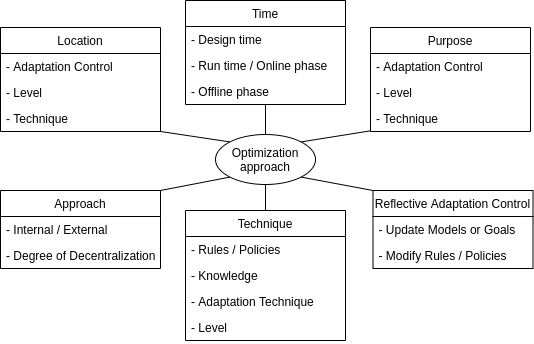
Above: images/ClassificationProposal-WithDimensions.png in timEngbrocks/OptimizationApproachesForSelfAdaptiveSystems (draw.io), before the change. Source tidied: cells renumbered, new cells last; positions are measured from the earlier drawing's top-left corner, leaving out a move shared by most shapes.
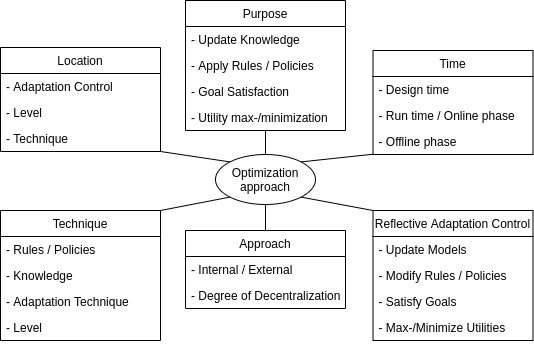
The same diagram one commit later.

The edit, as a diff of the source:
```diff
@@ -2,6 +2,9 @@
   <root>
     <mxCell id="0" />
     <mxCell id="1" parent="0" />
+    <mxCell id="26" style="edgeStyle=none;rounded=0;jettySize=auto;html=1;entryX=0.5;entryY=0;entryDx=0;entryDy=0;endArrow=none;endFill=0;" parent="1" edge="1" source="30" target="31">
+      <mxGeometry relative="1" as="geometry" />
+    </mxCell>
     <mxCell id="2" style="rounded=0;jettySize=auto;html=1;exitX=1;exitY=1;exitDx=0;exitDy=0;entryX=0;entryY=0;entryDx=0;entryDy=0;endArrow=none;endFill=0;" parent="1" edge="1" source="3" target="31">
       <mxGeometry relative="1" as="geometry" />
     </mxCell>
@@ -17,11 +20,11 @@
     <mxCell id="6" value="- Technique" style="text;strokeColor=none;fillColor=none;align=left;verticalAlign=top;spacingLeft=4;spacingRight=4;overflow=hidden;" parent="3" vertex="1">
       <mxGeometry y="78" width="160" height="26" as="geometry" />
     </mxCell>
-    <mxCell id="7" style="edgeStyle=none;rounded=0;jettySize=auto;html=1;exitX=0.5;exitY=1;exitDx=0;exitDy=0;entryX=0.5;entryY=0;entryDx=0;entryDy=0;endArrow=none;endFill=0;" parent="1" edge="1" source="8" target="31">
+    <mxCell id="7" style="edgeStyle=none;rounded=0;jettySize=auto;html=1;exitX=0.002;exitY=0.988;exitDx=0;exitDy=0;entryX=1;entryY=0;entryDx=0;entryDy=0;endArrow=none;endFill=0;exitPerimeter=0;" parent="1" edge="1" source="11" target="31">
       <mxGeometry relative="1" as="geometry" />
     </mxCell>
     <mxCell id="8" value="Time" style="swimlane;fontStyle=0;horizontal=1;startSize=26;" parent="1" vertex="1">
-      <mxGeometry x="185" width="160" height="104" as="geometry" />
+      <mxGeometry x="372.5" y="30" width="160" height="104" as="geometry" />
     </mxCell>
     <mxCell id="9" value="- Design time" style="text;strokeColor=none;fillColor=none;align=left;verticalAlign=top;spacingLeft=4;spacingRight=4;overflow=hidden;" parent="8" vertex="1">
       <mxGeometry y="26" width="160" height="26" as="geometry" />
@@ -32,11 +35,11 @@
     <mxCell id="11" value="- Offline phase" style="text;strokeColor=none;fillColor=none;align=left;verticalAlign=top;spacingLeft=4;spacingRight=4;overflow=hidden;points=[[0,0.5],[1,0.5]];portConstraint=eastwest;" parent="8" vertex="1">
       <mxGeometry y="78" width="160" height="26" as="geometry" />
     </mxCell>
-    <mxCell id="12" style="edgeStyle=none;rounded=0;jettySize=auto;html=1;exitX=1;exitY=0;exitDx=0;exitDy=0;entryX=0;entryY=1;entryDx=0;entryDy=0;endArrow=none;endFill=0;" parent="1" edge="1" source="13" target="31">
+    <mxCell id="12" style="edgeStyle=none;rounded=0;jettySize=auto;html=1;exitX=0.5;exitY=0;exitDx=0;exitDy=0;entryX=0.5;entryY=1;entryDx=0;entryDy=0;endArrow=none;endFill=0;" parent="1" edge="1" source="13" target="31">
       <mxGeometry relative="1" as="geometry" />
     </mxCell>
     <mxCell id="13" value="Approach" style="swimlane;fontStyle=0;horizontal=1;startSize=26;" parent="1" vertex="1">
-      <mxGeometry y="190" width="160" height="78" as="geometry" />
+      <mxGeometry x="185" y="210" width="160" height="78" as="geometry" />
     </mxCell>
     <mxCell id="14" value="- Internal / External" style="text;strokeColor=none;fillColor=none;align=left;verticalAlign=top;spacingLeft=4;spacingRight=4;overflow=hidden;" parent="13" vertex="1">
       <mxGeometry y="26" width="160" height="26" as="geometry" />
@@ -48,19 +51,25 @@
       <mxGeometry relative="1" as="geometry" />
     </mxCell>
     <mxCell id="17" value="Reflective Adaptation Control" style="swimlane;fontStyle=0;horizontal=1;startSize=26;" parent="1" vertex="1">
-      <mxGeometry x="372.5" y="190" width="160" height="78" as="geometry" />
+      <mxGeometry x="372.5" y="190" width="160" height="130" as="geometry" />
     </mxCell>
-    <mxCell id="18" value="- Update Models or Goals" style="text;strokeColor=none;fillColor=none;align=left;verticalAlign=top;spacingLeft=4;spacingRight=4;overflow=hidden;" parent="17" vertex="1">
+    <mxCell id="18" value="- Update Models" style="text;strokeColor=none;fillColor=none;align=left;verticalAlign=top;spacingLeft=4;spacingRight=4;overflow=hidden;" parent="17" vertex="1">
       <mxGeometry y="26" width="160" height="26" as="geometry" />
     </mxCell>
     <mxCell id="19" value="- Modify Rules / Policies" style="text;strokeColor=none;fillColor=none;align=left;verticalAlign=top;spacingLeft=4;spacingRight=4;overflow=hidden;" parent="17" vertex="1">
       <mxGeometry y="52" width="160" height="26" as="geometry" />
     </mxCell>
+    <mxCell id="32" value="- Satisfy Goals" style="text;strokeColor=none;fillColor=none;align=left;verticalAlign=top;spacingLeft=4;spacingRight=4;overflow=hidden;" parent="17" vertex="1">
+      <mxGeometry y="78" width="160" height="26" as="geometry" />
+    </mxCell>
+    <mxCell id="33" value="- Max-/Minimize Utilities" style="text;strokeColor=none;fillColor=none;align=left;verticalAlign=top;spacingLeft=4;spacingRight=4;overflow=hidden;" parent="17" vertex="1">
+      <mxGeometry y="104" width="160" height="26" as="geometry" />
+    </mxCell>
-    <mxCell id="20" style="edgeStyle=none;rounded=0;jettySize=auto;html=1;exitX=0.5;exitY=0;exitDx=0;exitDy=0;entryX=0.5;entryY=1;entryDx=0;entryDy=0;endArrow=none;endFill=0;" parent="1" edge="1" source="21" target="31">
+    <mxCell id="20" style="edgeStyle=none;rounded=0;jettySize=auto;html=1;exitX=1;exitY=0;exitDx=0;exitDy=0;entryX=0;entryY=1;entryDx=0;entryDy=0;endArrow=none;endFill=0;" parent="1" edge="1" source="21" target="31">
       <mxGeometry relative="1" as="geometry" />
     </mxCell>
     <mxCell id="21" value="Technique" style="swimlane;fontStyle=0;horizontal=1;startSize=26;" parent="1" vertex="1">
-      <mxGeometry x="185" y="210" width="160" height="130" as="geometry" />
+      <mxGeometry y="190" width="160" height="130" as="geometry" />
     </mxCell>
     <mxCell id="22" value="- Rules / Policies" style="text;strokeColor=none;fillColor=none;align=left;verticalAlign=top;spacingLeft=4;spacingRight=4;overflow=hidden;" parent="21" vertex="1">
       <mxGeometry y="26" width="160" height="26" as="geometry" />
@@ -74,23 +83,23 @@
     <mxCell id="25" value="- Level" style="text;strokeColor=none;fillColor=none;align=left;verticalAlign=top;spacingLeft=4;spacingRight=4;overflow=hidden;" parent="21" vertex="1">
       <mxGeometry y="104" width="160" height="26" as="geometry" />
     </mxCell>
-    <mxCell id="26" style="edgeStyle=none;rounded=0;jettySize=auto;html=1;exitX=0.002;exitY=0.972;exitDx=0;exitDy=0;entryX=1;entryY=0;entryDx=0;entryDy=0;endArrow=none;endFill=0;exitPerimeter=0;" parent="1" edge="1" source="30" target="31">
-      <mxGeometry relative="1" as="geometry" />
-    </mxCell>
+    <mxCell id="31" value="Optimization approach" style="ellipse;whiteSpace=wrap;html=1;" parent="1" vertex="1">
+      <mxGeometry x="215" y="134" width="100" height="50" as="geometry" />
+    </mxCell>
     <mxCell id="27" value="Purpose" style="swimlane;fontStyle=0;horizontal=1;startSize=26;" parent="1" vertex="1">
-      <mxGeometry x="370" y="27" width="160" height="104" as="geometry" />
+      <mxGeometry x="185" y="-20" width="160" height="130" as="geometry" />
     </mxCell>
-    <mxCell id="28" value="- Adaptation Control" style="text;strokeColor=none;fillColor=none;align=left;verticalAlign=top;spacingLeft=4;spacingRight=4;overflow=hidden;" parent="27" vertex="1">
+    <mxCell id="28" value="- Update Knowledge" style="text;strokeColor=none;fillColor=none;align=left;verticalAlign=top;spacingLeft=4;spacingRight=4;overflow=hidden;" parent="27" vertex="1">
       <mxGeometry y="26" width="160" height="26" as="geometry" />
     </mxCell>
-    <mxCell id="29" value="- Level" style="text;strokeColor=none;fillColor=none;align=left;verticalAlign=top;spacingLeft=4;spacingRight=4;overflow=hidden;" parent="27" vertex="1">
+    <mxCell id="29" value="- Apply Rules / Policies" style="text;strokeColor=none;fillColor=none;align=left;verticalAlign=top;spacingLeft=4;spacingRight=4;overflow=hidden;" parent="27" vertex="1">
       <mxGeometry y="52" width="160" height="26" as="geometry" />
     </mxCell>
+    <mxCell id="34" value="- Goal Satisfaction" style="text;strokeColor=none;fillColor=none;align=left;verticalAlign=top;spacingLeft=4;spacingRight=4;overflow=hidden;" parent="27" vertex="1">
+      <mxGeometry y="78" width="160" height="26" as="geometry" />
+    </mxCell>
-    <mxCell id="30" value="- Technique" style="text;strokeColor=none;fillColor=none;align=left;verticalAlign=top;spacingLeft=4;spacingRight=4;overflow=hidden;points=[[0,0.5],[1,0.5]];portConstraint=eastwest;" parent="27" vertex="1">
-      <mxGeometry y="78" width="160" height="26" as="geometry" />
+    <mxCell id="30" value="- Utility max-/minimization" style="text;strokeColor=none;fillColor=none;align=left;verticalAlign=top;spacingLeft=4;spacingRight=4;overflow=hidden;points=[[0,0.5],[1,0.5]];portConstraint=eastwest;" parent="27" vertex="1">
+      <mxGeometry y="104" width="160" height="26" as="geometry" />
     </mxCell>
-    <mxCell id="31" value="Optimization approach" style="ellipse;whiteSpace=wrap;html=1;" parent="1" vertex="1">
-      <mxGeometry x="215" y="134" width="100" height="50" as="geometry" />
-    </mxCell>
   </root>
 </mxGraphModel>
```
